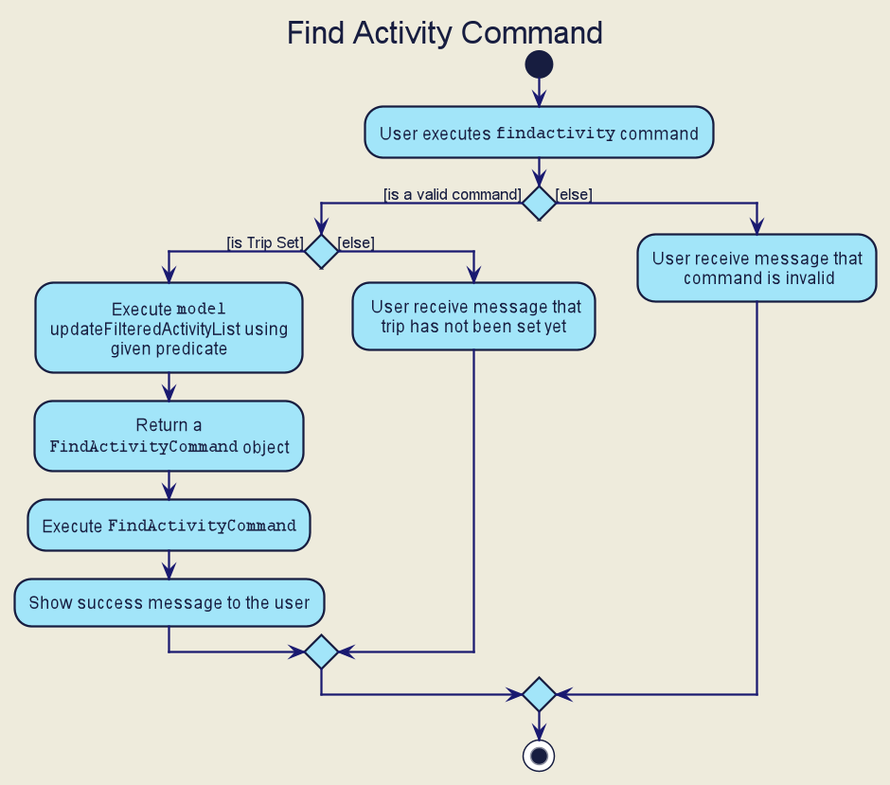
The PlantUML diagram docs/images/developer-guide/activity/FindActivityDiagram.png in zenatrick/main, before a commit.
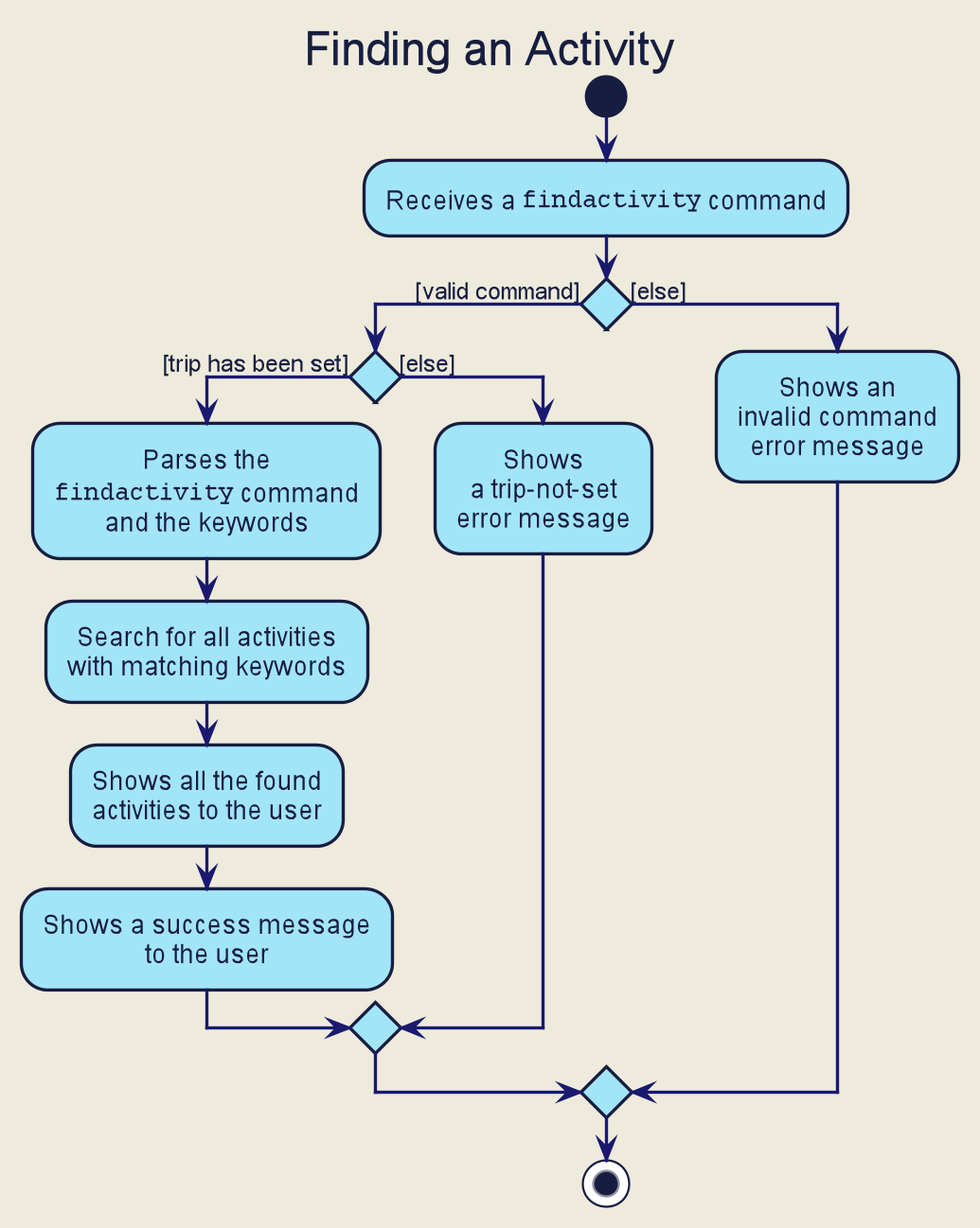
Later version of the same file.

Commit message:
Update UML diagrams of Activity Manager for DG

The edit, as a diff of the source:
```diff
@@ -102,36 +102,40 @@
 
 hide footbox
 hide circle
-title Find Activity Command
+title Finding an Activity
 
 start
 
-:User executes ""findactivity"" command;
+:Receives a ""findactivity"" command;
 
-if () then ([is a valid command])
+if () then ([valid command])
 
-    if () then ([is Trip Set])
+    if () then ([trip has been set])
 
-            :Execute ""model""
-            updateFilteredActivityList using
-            given predicate;
+            :Parses the
+            ""findactivity"" command
+            and the keywords;
 
-            :Return a
-            ""FindActivityCommand"" object;
+            :Search for all activities
+            with matching keywords;
 
-            :Execute ""FindActivityCommand"";
+            :Shows all the found
+            activities to the user;
 
-            :Show success message to the user;
+            :Shows a success message
+            to the user;
 
     else ([else])
-            : User receive message that
-            trip has not been set yet;
+            :Shows
+            a trip-not-set
+            error message;
     endif
 
 else ([else])
 
-    :User receive message that
-     command is invalid;
+    :Shows an
+    invalid command
+    error message;
 endif
 
 stop
```
